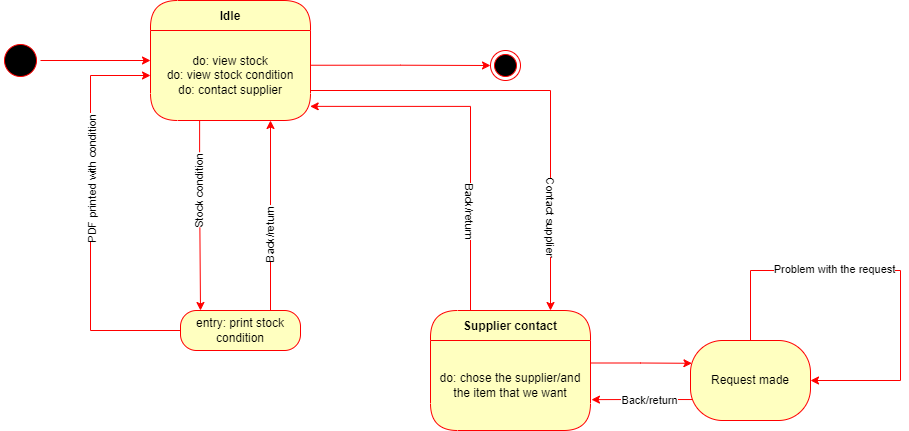
This is State Diagram/FinanceStateDiagram.drawio.png from kjahaj/Inventory-system-Door-7-guys., a draw.io export, as it was before one commit. Source tidied: cells renumbered, new cells last; positions are measured from the earlier drawing's top-left corner, leaving out a move shared by most shapes.
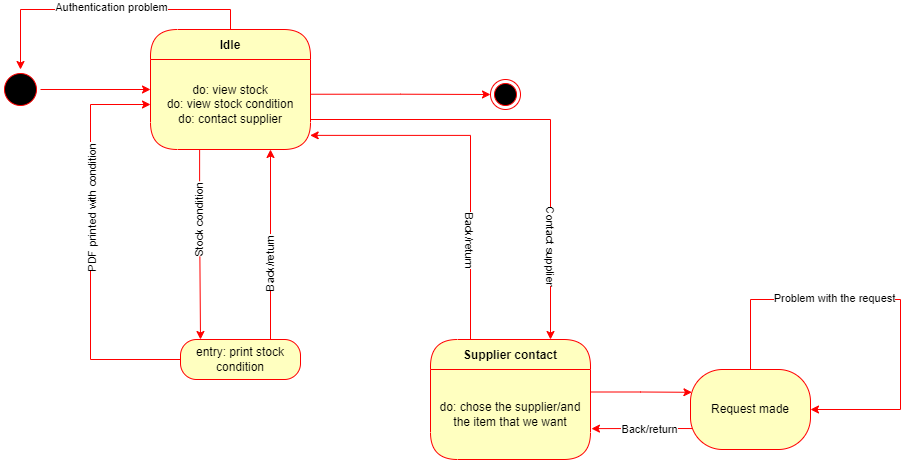
After the commit.

Diff of the diagram source:
```diff
@@ -10,6 +10,14 @@
     <mxCell id="3" style="ellipse;html=1;shape=startState;fillColor=#000000;strokeColor=#ff0000;" parent="1" vertex="1">
       <mxGeometry y="40" width="40" height="40" as="geometry" />
     </mxCell>
+    <mxCell id="29" style="edgeStyle=orthogonalEdgeStyle;rounded=0;jettySize=auto;html=1;exitX=0.5;exitY=0;exitDx=0;exitDy=0;strokeColor=#FF0000;entryX=0.5;entryY=0;entryDx=0;entryDy=0;" parent="1" edge="1" source="4" target="3">
+      <mxGeometry relative="1" as="geometry" />
+    </mxCell>
+    <mxCell id="30" value="Authentication problem" style="edgeLabel;html=1;align=center;verticalAlign=middle;" parent="29" vertex="1">
+      <mxGeometry x="0.08" y="-3" relative="1" as="geometry">
+        <mxPoint x="17" as="offset" />
+      </mxGeometry>
+    </mxCell>
     <mxCell id="4" value="Idle" style="swimlane;fontStyle=1;align=center;verticalAlign=middle;horizontal=1;startSize=30;fontColor=#000000;rounded=1;arcSize=30;strokeColor=#ff0000;fillColor=#ffffc0;swimlaneFillColor=#ffffc0;" parent="1" vertex="1">
       <mxGeometry x="150" width="160" height="120" as="geometry" />
     </mxCell>
```
